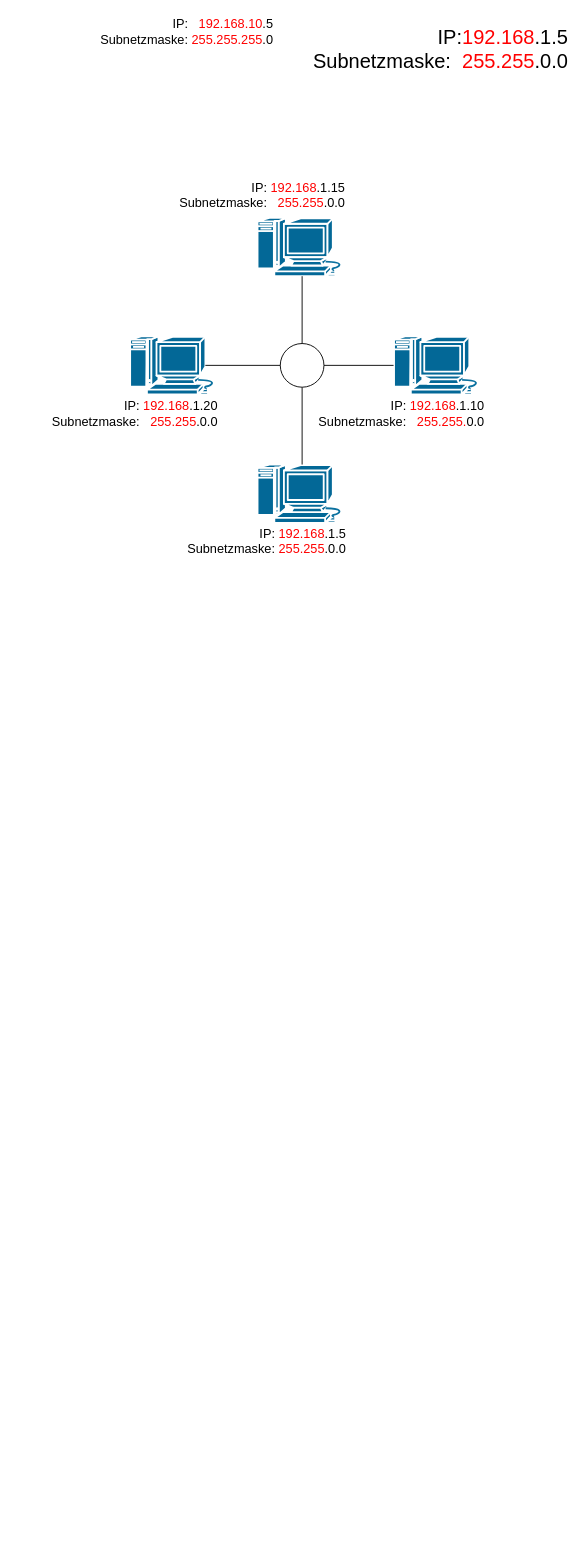
Above: Unbenanntes Diagramm.drawio in PLAD26/OSI-Modell (draw.io), before the change. Source tidied: cells renumbered, new cells numbered last; positions are measured from the earlier drawing's top-left corner, leaving out a move shared by most shapes. Both pictures are drawn from the tidied source at 91%, with x=0, y=0 at pixel (15, 17).
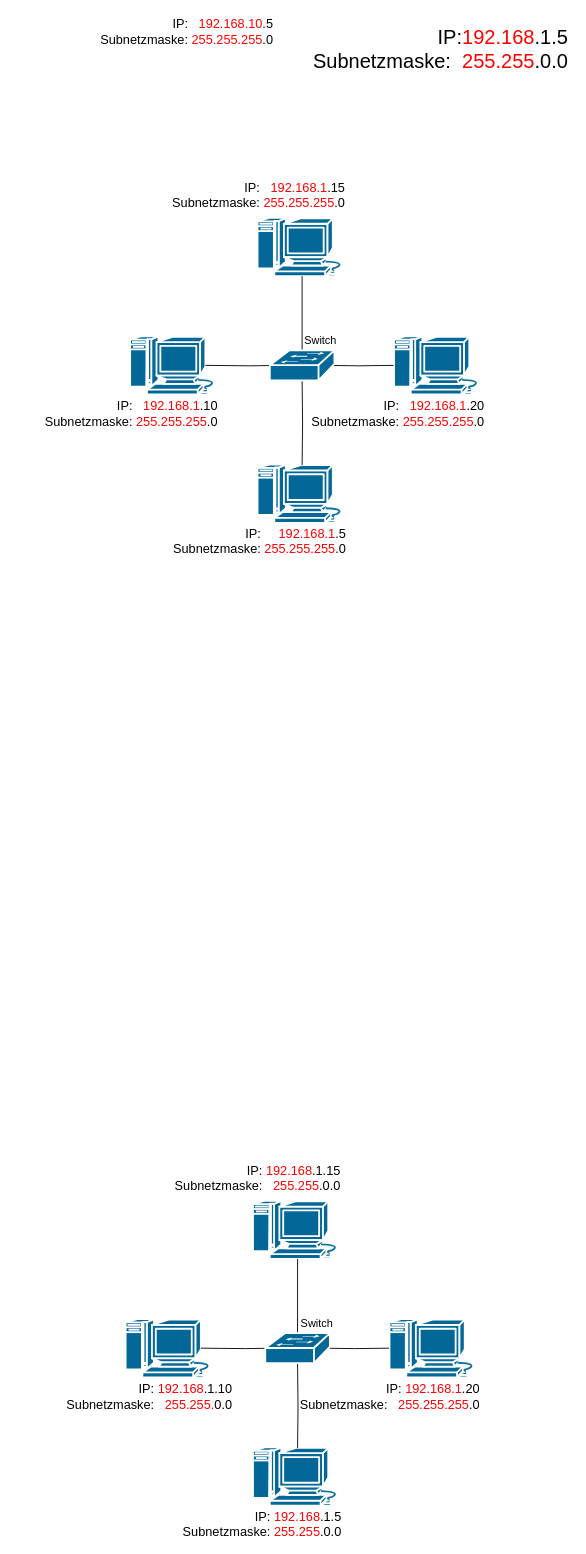
Above is the later version.

Unchanged cells that the change refers to:
```xml
<mxCell id="2" style="sketch=0;html=1;dashed=0;fillColor=#036897;strokeColor=#ffffff;strokeWidth=2;verticalLabelPosition=bottom;verticalAlign=top;align=center;outlineConnect=0;shape=mxgraph.cisco.computers_and_peripherals.macintosh;" parent="1" vertex="1">
  <mxGeometry x="266" y="220" width="99" height="64" as="geometry" />
</mxCell>
<mxCell id="3" style="sketch=0;html=1;dashed=0;fillColor=#036897;strokeColor=#ffffff;strokeWidth=2;verticalLabelPosition=bottom;verticalAlign=top;align=center;outlineConnect=0;shape=mxgraph.cisco.computers_and_peripherals.macintosh;" parent="1" vertex="1">
  <mxGeometry x="266" y="491" width="99" height="64" as="geometry" />
</mxCell>
<mxCell id="4" style="sketch=0;html=1;dashed=0;fillColor=#036897;strokeColor=#ffffff;strokeWidth=2;verticalLabelPosition=bottom;verticalAlign=top;align=center;outlineConnect=0;shape=mxgraph.cisco.computers_and_peripherals.macintosh;" parent="1" vertex="1">
  <mxGeometry x="416" y="350" width="99" height="64" as="geometry" />
</mxCell>
<mxCell id="5" style="sketch=0;html=1;dashed=0;fillColor=#036897;strokeColor=#ffffff;strokeWidth=2;verticalLabelPosition=bottom;verticalAlign=top;align=center;outlineConnect=0;shape=mxgraph.cisco.computers_and_peripherals.macintosh;" parent="1" vertex="1">
  <mxGeometry x="126" y="350" width="99" height="64" as="geometry" />
</mxCell>
```

Diff of the diagram source:
```diff
@@
-    <mxCell id="6" style="edgeStyle=orthogonalEdgeStyle;rounded=0;jettySize=auto;html=1;endArrow=none;endFill=0;" parent="1" edge="1" source="8" target="3">
-      <mxGeometry relative="1" as="geometry" />
+    <mxCell id="6" style="edgeStyle=orthogonalEdgeStyle;rounded=0;jettySize=auto;html=1;endArrow=none;endFill=0;entryX=0.5;entryY=0.01;entryDx=0;entryDy=0;entryPerimeter=0;" parent="1" edge="1" target="3">
+      <mxGeometry relative="1" as="geometry">
+        <mxPoint x="315.5" y="399" as="sourcePoint" />
+      </mxGeometry>
     </mxCell>
-    <mxCell id="7" style="edgeStyle=orthogonalEdgeStyle;rounded=0;jettySize=auto;html=1;exitX=1;exitY=0.5;exitDx=0;exitDy=0;endArrow=none;endFill=0;" parent="1" edge="1" source="8" target="4">
-      <mxGeometry relative="1" as="geometry" />
+    <mxCell id="7" style="edgeStyle=orthogonalEdgeStyle;rounded=0;jettySize=auto;html=1;exitX=1;exitY=0.5;exitDx=0;exitDy=0;endArrow=none;endFill=0;" parent="1" edge="1" target="4">
+      <mxGeometry relative="1" as="geometry">
+        <mxPoint x="339.5" y="382" as="sourcePoint" />
+      </mxGeometry>
     </mxCell>
-    <mxCell id="8" style="ellipse;whiteSpace=wrap;html=1;" parent="1" vertex="1">
-      <mxGeometry x="291.5" y="358" width="48" height="48" as="geometry" />
-    </mxCell>
-    <mxCell id="9" style="edgeStyle=orthogonalEdgeStyle;rounded=0;jettySize=auto;html=1;entryX=0.5;entryY=1;entryDx=0;entryDy=0;entryPerimeter=0;endArrow=none;endFill=0;" parent="1" edge="1" source="8" target="2">
+    <mxCell id="9" style="edgeStyle=orthogonalEdgeStyle;rounded=0;jettySize=auto;html=1;entryX=0.5;entryY=1;entryDx=0;entryDy=0;entryPerimeter=0;endArrow=none;endFill=0;exitX=0.5;exitY=0;exitDx=0;exitDy=0;exitPerimeter=0;" parent="1" edge="1" source="17" target="2">
       <mxGeometry relative="1" as="geometry" />
     </mxCell>
-    <mxCell id="10" style="edgeStyle=orthogonalEdgeStyle;rounded=0;jettySize=auto;html=1;exitX=0;exitY=0.5;exitDx=0;exitDy=0;entryX=0.84;entryY=0.5;entryDx=0;entryDy=0;entryPerimeter=0;endArrow=none;endFill=0;" parent="1" edge="1" source="8" target="5">
-      <mxGeometry relative="1" as="geometry" />
+    <mxCell id="10" style="edgeStyle=orthogonalEdgeStyle;rounded=0;jettySize=auto;html=1;exitX=0;exitY=0.5;exitDx=0;exitDy=0;entryX=0.84;entryY=0.5;entryDx=0;entryDy=0;entryPerimeter=0;endArrow=none;endFill=0;" parent="1" edge="1" target="5">
+      <mxGeometry relative="1" as="geometry">
+        <mxPoint x="291.5" y="382" as="sourcePoint" />
+      </mxGeometry>
     </mxCell>
-    <mxCell id="11" value="IP:&amp;nbsp;&lt;font style=&quot;color: rgb(255, 0, 0);&quot;&gt;192.168&lt;/font&gt;&lt;font style=&quot;color: rgb(0, 0, 0);&quot;&gt;.1&lt;/font&gt;.15&lt;div&gt;Subnetzmaske:&amp;nbsp; &amp;nbsp;&lt;font style=&quot;color: rgb(255, 0, 0);&quot;&gt;255.255&lt;/font&gt;.0.0&lt;/div&gt;" style="text;html=1;whiteSpace=wrap;strokeColor=none;fillColor=none;align=right;verticalAlign=middle;rounded=0;fontSize=14;" parent="1" vertex="1">
+    <mxCell id="11" value="IP:&amp;nbsp; &amp;nbsp;&lt;font style=&quot;color: rgb(255, 0, 0);&quot;&gt;192.16&lt;/font&gt;&lt;font style=&quot;color: rgb(255, 0, 0);&quot;&gt;8&lt;/font&gt;&lt;font style=&quot;color: light-dark(rgb(255, 0, 0), rgb(237, 237, 237));&quot;&gt;.1&lt;/font&gt;.15&lt;div&gt;Subnetzmaske:&amp;nbsp;&lt;font style=&quot;color: rgb(255, 0, 0);&quot;&gt;255.255&lt;/font&gt;&lt;span style=&quot;color: rgb(255, 0, 0);&quot;&gt;.255&lt;/span&gt;.0&lt;/div&gt;" style="text;html=1;whiteSpace=wrap;strokeColor=none;fillColor=none;align=right;verticalAlign=middle;rounded=0;fontSize=14;" parent="1" vertex="1">
       <mxGeometry x="124" y="180" width="241" height="30" as="geometry" />
     </mxCell>
-    <mxCell id="12" value="IP:&amp;nbsp;&lt;font style=&quot;color: rgb(255, 0, 0);&quot;&gt;192.168&lt;/font&gt;&lt;font style=&quot;color: rgb(0, 0, 0);&quot;&gt;.1&lt;/font&gt;.5&lt;div&gt;Subnetzmaske: &lt;font style=&quot;color: rgb(255, 0, 0);&quot;&gt;255.255&lt;/font&gt;.0.0&lt;/div&gt;" style="text;html=1;whiteSpace=wrap;strokeColor=none;fillColor=none;align=right;verticalAlign=middle;rounded=0;fontSize=14;" parent="1" vertex="1">
+    <mxCell id="12" value="IP:&amp;nbsp; &amp;nbsp; &amp;nbsp;&lt;font style=&quot;color: rgb(255, 0, 0);&quot;&gt;192.16&lt;/font&gt;&lt;font style=&quot;color: rgb(255, 0, 0);&quot;&gt;8&lt;/font&gt;&lt;font style=&quot;color: light-dark(rgb(255, 0, 0), rgb(237, 237, 237));&quot;&gt;.1&lt;/font&gt;.5&lt;div&gt;Subnetzmaske:&amp;nbsp;&lt;font style=&quot;color: rgb(255, 0, 0);&quot;&gt;255.255&lt;/font&gt;&lt;span style=&quot;color: rgb(255, 0, 0);&quot;&gt;.255&lt;/span&gt;.0&lt;/div&gt;" style="text;html=1;whiteSpace=wrap;strokeColor=none;fillColor=none;align=right;verticalAlign=middle;rounded=0;fontSize=14;" parent="1" vertex="1">
       <mxGeometry x="139.5" y="560" width="225.5" height="30" as="geometry" />
     </mxCell>
-    <mxCell id="13" value="IP:&amp;nbsp;&lt;font style=&quot;color: rgb(255, 0, 0);&quot;&gt;192.168&lt;/font&gt;&lt;font style=&quot;color: rgb(0, 0, 0);&quot;&gt;.1&lt;/font&gt;.10&lt;div&gt;Subnetzmaske:&amp;nbsp; &amp;nbsp;&lt;font style=&quot;color: rgb(255, 0, 0);&quot;&gt;255.255.&lt;/font&gt;0.0&lt;/div&gt;" style="text;html=1;whiteSpace=wrap;strokeColor=none;fillColor=none;align=right;verticalAlign=middle;rounded=0;fontSize=14;" parent="1" vertex="1">
+    <mxCell id="13" value="IP:&amp;nbsp; &amp;nbsp;&lt;font style=&quot;color: rgb(255, 0, 0);&quot;&gt;192.16&lt;/font&gt;&lt;span&gt;&lt;font style=&quot;color: rgb(255, 0, 0);&quot;&gt;8&lt;/font&gt;&lt;font style=&quot;color: light-dark(rgb(255, 0, 0), rgb(237, 237, 237));&quot;&gt;.1&lt;/font&gt;&lt;/span&gt;.20&lt;div&gt;Subnetzmaske:&amp;nbsp;&lt;font style=&quot;color: rgb(255, 0, 0);&quot;&gt;255.255&lt;/font&gt;&lt;span style=&quot;color: rgb(255, 0, 0);&quot;&gt;.255&lt;/span&gt;.0&lt;/div&gt;" style="text;html=1;whiteSpace=wrap;strokeColor=none;fillColor=none;align=right;verticalAlign=middle;rounded=0;fontSize=14;" parent="1" vertex="1">
       <mxGeometry x="291.5" y="420" width="225.5" height="30" as="geometry" />
     </mxCell>
-    <mxCell id="14" value="IP:&amp;nbsp;&lt;font style=&quot;color: rgb(255, 0, 0);&quot;&gt;192.168&lt;/font&gt;&lt;font style=&quot;color: rgb(0, 0, 0);&quot;&gt;.1&lt;/font&gt;.20&lt;div&gt;Subnetzmaske:&amp;nbsp; &amp;nbsp;&lt;font style=&quot;color: rgb(255, 0, 0);&quot;&gt;255.255&lt;/font&gt;.0.0&lt;/div&gt;" style="text;html=1;whiteSpace=wrap;strokeColor=none;fillColor=none;align=right;verticalAlign=middle;rounded=0;fontSize=14;" parent="1" vertex="1">
+    <mxCell id="14" value="IP:&amp;nbsp; &amp;nbsp;&lt;font style=&quot;color: rgb(255, 0, 0);&quot;&gt;192.16&lt;/font&gt;&lt;font style=&quot;color: rgb(255, 0, 0);&quot;&gt;8&lt;/font&gt;&lt;font style=&quot;color: light-dark(rgb(255, 0, 0), rgb(237, 237, 237));&quot;&gt;.1&lt;/font&gt;.10&lt;div&gt;Subnetzmaske:&amp;nbsp;&lt;font style=&quot;color: rgb(255, 0, 0);&quot;&gt;255.255&lt;/font&gt;&lt;span style=&quot;color: rgb(255, 0, 0);&quot;&gt;.255&lt;/span&gt;.0&lt;/div&gt;" style="text;html=1;whiteSpace=wrap;strokeColor=none;fillColor=none;align=right;verticalAlign=middle;rounded=0;fontSize=14;" parent="1" vertex="1">
       <mxGeometry x="0.1" y="420" width="224.9" height="30" as="geometry" />
     </mxCell>
@@
+    <mxCell id="17" style="strokeColor=#ffffff;sketch=0;html=1;dashed=0;fillColor=#036897;strokeWidth=2;verticalLabelPosition=bottom;verticalAlign=top;align=center;outlineConnect=0;shape=mxgraph.cisco.switches.workgroup_switch;" parent="1" vertex="1">
+      <mxGeometry x="280" y="365.5" width="71" height="33" as="geometry" />
+    </mxCell>
+    <mxCell id="18" style="sketch=0;html=1;dashed=0;fillColor=#036897;strokeColor=#ffffff;strokeWidth=2;verticalLabelPosition=bottom;verticalAlign=top;align=center;outlineConnect=0;shape=mxgraph.cisco.computers_and_peripherals.macintosh;" parent="1" vertex="1">
+      <mxGeometry x="261" y="1300" width="99" height="64" as="geometry" />
+    </mxCell>
+    <mxCell id="19" style="sketch=0;html=1;dashed=0;fillColor=#036897;strokeColor=#ffffff;strokeWidth=2;verticalLabelPosition=bottom;verticalAlign=top;align=center;outlineConnect=0;shape=mxgraph.cisco.computers_and_peripherals.macintosh;" parent="1" vertex="1">
+      <mxGeometry x="261" y="1571" width="99" height="64" as="geometry" />
+    </mxCell>
+    <mxCell id="20" style="sketch=0;html=1;dashed=0;fillColor=#036897;strokeColor=#ffffff;strokeWidth=2;verticalLabelPosition=bottom;verticalAlign=top;align=center;outlineConnect=0;shape=mxgraph.cisco.computers_and_peripherals.macintosh;" parent="1" vertex="1">
+      <mxGeometry x="411" y="1430" width="99" height="64" as="geometry" />
+    </mxCell>
+    <mxCell id="21" style="sketch=0;html=1;dashed=0;fillColor=#036897;strokeColor=#ffffff;strokeWidth=2;verticalLabelPosition=bottom;verticalAlign=top;align=center;outlineConnect=0;shape=mxgraph.cisco.computers_and_peripherals.macintosh;" parent="1" vertex="1">
+      <mxGeometry x="121" y="1430" width="99" height="64" as="geometry" />
+    </mxCell>
+    <mxCell id="22" style="edgeStyle=orthogonalEdgeStyle;rounded=0;jettySize=auto;html=1;endArrow=none;endFill=0;entryX=0.5;entryY=0.01;entryDx=0;entryDy=0;entryPerimeter=0;" parent="1" edge="1" target="19">
+      <mxGeometry relative="1" as="geometry">
+        <mxPoint x="310.5" y="1479" as="sourcePoint" />
+      </mxGeometry>
+    </mxCell>
+    <mxCell id="23" style="edgeStyle=orthogonalEdgeStyle;rounded=0;jettySize=auto;html=1;exitX=1;exitY=0.5;exitDx=0;exitDy=0;endArrow=none;endFill=0;" parent="1" edge="1" target="20">
+      <mxGeometry relative="1" as="geometry">
+        <mxPoint x="334.5" y="1462" as="sourcePoint" />
+      </mxGeometry>
+    </mxCell>
+    <mxCell id="24" style="edgeStyle=orthogonalEdgeStyle;rounded=0;jettySize=auto;html=1;entryX=0.5;entryY=1;entryDx=0;entryDy=0;entryPerimeter=0;endArrow=none;endFill=0;exitX=0.5;exitY=0;exitDx=0;exitDy=0;exitPerimeter=0;" parent="1" edge="1" source="29" target="18">
+      <mxGeometry relative="1" as="geometry" />
+    </mxCell>
+    <mxCell id="25" style="edgeStyle=orthogonalEdgeStyle;rounded=0;jettySize=auto;html=1;exitX=0;exitY=0.5;exitDx=0;exitDy=0;entryX=0.84;entryY=0.5;entryDx=0;entryDy=0;entryPerimeter=0;endArrow=none;endFill=0;" parent="1" edge="1" target="21">
+      <mxGeometry relative="1" as="geometry">
+        <mxPoint x="286.5" y="1462" as="sourcePoint" />
+      </mxGeometry>
+    </mxCell>
+    <mxCell id="26" value="IP:&amp;nbsp;&lt;font style=&quot;color: rgb(255, 0, 0);&quot;&gt;192.168&lt;/font&gt;&lt;font style=&quot;color: rgb(0, 0, 0);&quot;&gt;.1&lt;/font&gt;.15&lt;div&gt;Subnetzmaske:&amp;nbsp; &amp;nbsp;&lt;font style=&quot;color: rgb(255, 0, 0);&quot;&gt;255.255&lt;/font&gt;.0.0&lt;/div&gt;" style="text;html=1;whiteSpace=wrap;strokeColor=none;fillColor=none;align=right;verticalAlign=middle;rounded=0;fontSize=14;" parent="1" vertex="1">
+      <mxGeometry x="119" y="1260" width="241" height="30" as="geometry" />
+    </mxCell>
+    <mxCell id="27" value="IP:&amp;nbsp;&lt;font style=&quot;color: rgb(255, 0, 0);&quot;&gt;192.168&lt;/font&gt;&lt;font style=&quot;color: rgb(0, 0, 0);&quot;&gt;.1&lt;/font&gt;.5&lt;div&gt;Subnetzmaske: &lt;font style=&quot;color: rgb(255, 0, 0);&quot;&gt;255.255&lt;/font&gt;.0.0&lt;/div&gt;" style="text;html=1;whiteSpace=wrap;strokeColor=none;fillColor=none;align=right;verticalAlign=middle;rounded=0;fontSize=14;" parent="1" vertex="1">
+      <mxGeometry x="134.5" y="1640" width="225.5" height="30" as="geometry" />
+    </mxCell>
+    <mxCell id="28" value="IP:&amp;nbsp;&lt;font style=&quot;color: rgb(255, 0, 0);&quot;&gt;192.168.1&lt;/font&gt;.20&lt;div&gt;Subnetzmaske:&amp;nbsp; &amp;nbsp;&lt;font style=&quot;color: rgb(255, 0, 0);&quot;&gt;255.255.255&lt;/font&gt;.0&lt;/div&gt;" style="text;html=1;whiteSpace=wrap;strokeColor=none;fillColor=none;align=right;verticalAlign=middle;rounded=0;fontSize=14;" parent="1" vertex="1">
+      <mxGeometry x="286.5" y="1500" width="225.5" height="30" as="geometry" />
+    </mxCell>
+    <mxCell id="29" style="strokeColor=#ffffff;sketch=0;html=1;dashed=0;fillColor=#036897;strokeWidth=2;verticalLabelPosition=bottom;verticalAlign=top;align=center;outlineConnect=0;shape=mxgraph.cisco.switches.workgroup_switch;" parent="1" vertex="1">
+      <mxGeometry x="275" y="1445.5" width="71" height="33" as="geometry" />
+    </mxCell>
+    <mxCell id="30" value="Switch" style="text;html=1;whiteSpace=wrap;strokeColor=none;fillColor=none;align=center;verticalAlign=middle;rounded=0;" parent="1" vertex="1">
+      <mxGeometry x="306" y="340" width="60" height="30" as="geometry" />
+    </mxCell>
+    <mxCell id="31" value="IP:&amp;nbsp;&lt;font style=&quot;color: rgb(255, 0, 0);&quot;&gt;192.16&lt;/font&gt;&lt;font style=&quot;color: rgb(255, 0, 0);&quot;&gt;8&lt;/font&gt;&lt;font style=&quot;color: light-dark(rgb(0, 0, 0), rgb(237, 237, 237));&quot;&gt;.1&lt;/font&gt;.10&lt;div&gt;Subnetzmaske:&amp;nbsp; &amp;nbsp;&lt;font style=&quot;background-color: transparent; color: rgb(255, 0, 0);&quot;&gt;255.255.&lt;/font&gt;&lt;span style=&quot;background-color: transparent; color: light-dark(rgb(0, 0, 0), rgb(255, 255, 255));&quot;&gt;0.0&lt;/span&gt;&lt;/div&gt;" style="text;html=1;whiteSpace=wrap;strokeColor=none;fillColor=none;align=right;verticalAlign=middle;rounded=0;fontSize=14;" parent="1" vertex="1">
+      <mxGeometry x="46" y="1500" width="194.9" height="30" as="geometry" />
+    </mxCell>
+    <mxCell id="32" value="Switch" style="text;html=1;whiteSpace=wrap;strokeColor=none;fillColor=none;align=center;verticalAlign=middle;rounded=0;" parent="1" vertex="1">
+      <mxGeometry x="302" y="1420" width="60" height="30" as="geometry" />
+    </mxCell>
```
